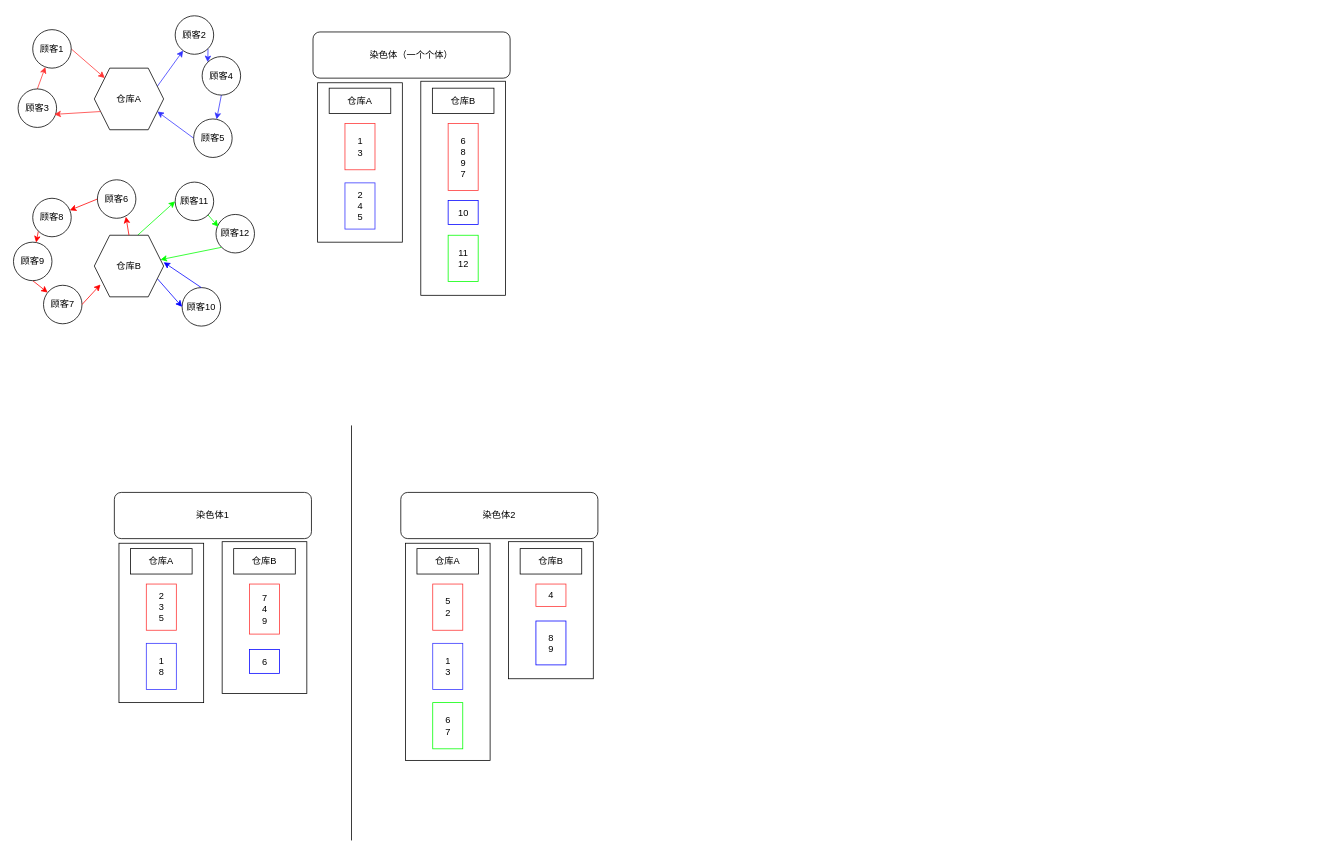
Earlier version of the draw.io diagram demo/染色体编码.drawio (BoningZ/draw.io). Source tidied: cells renumbered, new cells numbered last; positions are measured from the earlier drawing's top-left corner, leaving out a move shared by most shapes. Both pictures are drawn from the tidied source at 77%, with x=0, y=0 at pixel (13, 15).
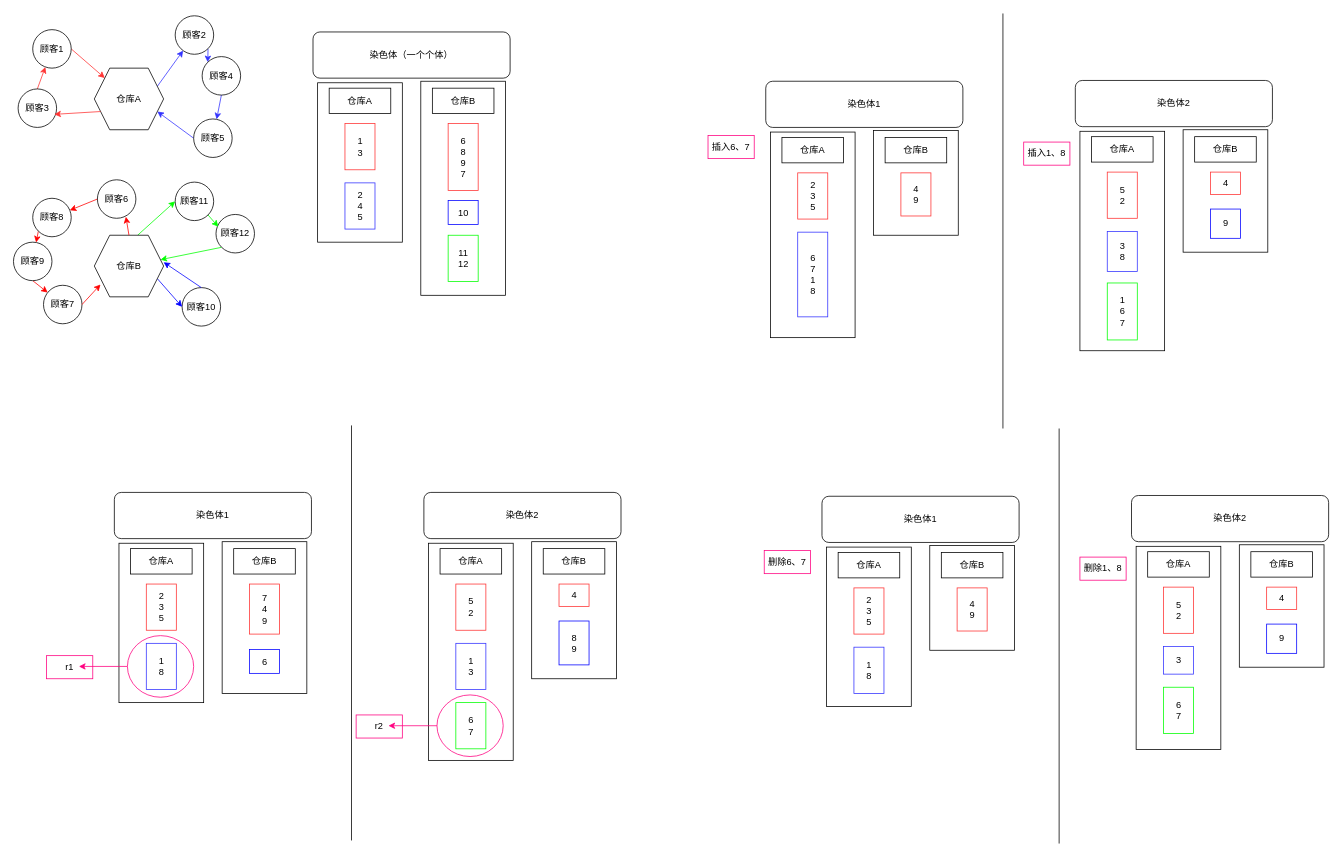
The same diagram, later.

Commit message (it also covers changes not shown here):
更新染色体编码.drawio

What changed in the source:
```diff
@@
     <mxCell id="2" style="rounded=0;whiteSpace=wrap;html=1;" parent="1" vertex="1">
-      <mxGeometry x="509" y="685" width="110" height="282" as="geometry" />
+      <mxGeometry x="539" y="685" width="110" height="282" as="geometry" />
     </mxCell>
+    <mxCell id="63" style="ellipse;whiteSpace=wrap;html=1;strokeColor=#FF0080;" parent="1" vertex="1">
+      <mxGeometry x="550" y="882" width="86" height="80" as="geometry" />
+    </mxCell>
@@
+    <mxCell id="64" style="edgeStyle=none;rounded=0;jettySize=auto;html=1;exitX=0;exitY=0.5;exitDx=0;exitDy=0;strokeColor=#FF0080;" parent="1" edge="1" source="65">
+      <mxGeometry relative="1" as="geometry">
+        <mxPoint x="85" y="845" as="targetPoint" />
+      </mxGeometry>
+    </mxCell>
+    <mxCell id="65" style="ellipse;whiteSpace=wrap;html=1;strokeColor=#FF0080;" parent="1" vertex="1">
+      <mxGeometry x="148" y="805" width="86" height="80" as="geometry" />
+    </mxCell>
@@
     <mxCell id="54" value="6&lt;div&gt;7&lt;/div&gt;" style="rounded=0;whiteSpace=wrap;html=1;strokeColor=#00FF00;" parent="1" vertex="1">
-      <mxGeometry x="544.5" y="892" width="39" height="60" as="geometry" />
+      <mxGeometry x="574.5" y="892" width="39" height="60" as="geometry" />
     </mxCell>
     <mxCell id="55" style="rounded=0;whiteSpace=wrap;html=1;" parent="1" vertex="1">
-      <mxGeometry x="643" y="683" width="110" height="178" as="geometry" />
+      <mxGeometry x="673" y="683" width="110" height="178" as="geometry" />
     </mxCell>
     <mxCell id="56" value="染色体2" style="rounded=1;whiteSpace=wrap;html=1;" parent="1" vertex="1">
-      <mxGeometry x="503" y="619" width="256" height="60" as="geometry" />
+      <mxGeometry x="533" y="619" width="256" height="60" as="geometry" />
     </mxCell>
     <mxCell id="57" value="仓库A" style="rounded=0;whiteSpace=wrap;html=1;" parent="1" vertex="1">
-      <mxGeometry x="524" y="692" width="80" height="33" as="geometry" />
+      <mxGeometry x="554" y="692" width="80" height="33" as="geometry" />
     </mxCell>
     <mxCell id="58" value="仓库B" style="rounded=0;whiteSpace=wrap;html=1;" parent="1" vertex="1">
-      <mxGeometry x="658" y="692" width="80" height="33" as="geometry" />
+      <mxGeometry x="688" y="692" width="80" height="33" as="geometry" />
     </mxCell>
     <mxCell id="59" value="5&lt;div&gt;2&lt;/div&gt;" style="rounded=0;whiteSpace=wrap;html=1;strokeColor=#FF3333;" parent="1" vertex="1">
-      <mxGeometry x="544.5" y="738" width="39" height="60" as="geometry" />
+      <mxGeometry x="574.5" y="738" width="39" height="60" as="geometry" />
     </mxCell>
     <mxCell id="60" value="1&lt;div&gt;3&lt;/div&gt;" style="rounded=0;whiteSpace=wrap;html=1;strokeColor=#3333FF;" parent="1" vertex="1">
-      <mxGeometry x="544.5" y="815" width="39" height="60" as="geometry" />
+      <mxGeometry x="574.5" y="815" width="39" height="60" as="geometry" />
     </mxCell>
     <mxCell id="61" value="4" style="rounded=0;whiteSpace=wrap;html=1;strokeColor=#FF3333;" parent="1" vertex="1">
-      <mxGeometry x="678.5" y="738" width="39" height="29" as="geometry" />
+      <mxGeometry x="708.5" y="738" width="39" height="29" as="geometry" />
     </mxCell>
     <mxCell id="62" value="8&lt;div&gt;9&lt;/div&gt;" style="rounded=0;whiteSpace=wrap;html=1;strokeColor=#0000FF;" parent="1" vertex="1">
-      <mxGeometry x="678.5" y="786" width="39" height="57" as="geometry" />
+      <mxGeometry x="708.5" y="786" width="39" height="57" as="geometry" />
     </mxCell>
+    <mxCell id="66" value="r1" style="text;html=1;align=center;verticalAlign=middle;whiteSpace=wrap;rounded=0;strokeColor=#FF0080;" parent="1" vertex="1">
+      <mxGeometry x="43" y="831" width="60" height="30" as="geometry" />
+    </mxCell>
+    <mxCell id="67" style="edgeStyle=none;rounded=0;jettySize=auto;html=1;exitX=0;exitY=0.5;exitDx=0;exitDy=0;strokeColor=#FF0080;" parent="1" edge="1" source="63">
+      <mxGeometry relative="1" as="geometry">
+        <mxPoint x="487" y="922" as="targetPoint" />
+      </mxGeometry>
+    </mxCell>
+    <mxCell id="68" value="r2" style="text;html=1;align=center;verticalAlign=middle;whiteSpace=wrap;rounded=0;strokeColor=#FF0080;" parent="1" vertex="1">
+      <mxGeometry x="445" y="908" width="60" height="30" as="geometry" />
+    </mxCell>
+    <mxCell id="69" style="rounded=0;whiteSpace=wrap;html=1;" parent="1" vertex="1">
+      <mxGeometry x="1458" y="689" width="110" height="264" as="geometry" />
+    </mxCell>
+    <mxCell id="70" style="endArrow=none;html=1;rounded=0;" parent="1" edge="1">
+      <mxGeometry relative="1" as="geometry">
+        <mxPoint x="1358" y="1075" as="sourcePoint" />
+        <mxPoint x="1358" y="536" as="targetPoint" />
+      </mxGeometry>
+    </mxCell>
+    <mxCell id="71" style="rounded=0;whiteSpace=wrap;html=1;" parent="1" vertex="1">
+      <mxGeometry x="1190" y="688" width="110" height="136" as="geometry" />
+    </mxCell>
+    <mxCell id="72" style="rounded=0;whiteSpace=wrap;html=1;" parent="1" vertex="1">
+      <mxGeometry x="1056" y="690" width="110" height="207" as="geometry" />
+    </mxCell>
+    <mxCell id="73" value="染色体1" style="rounded=1;whiteSpace=wrap;html=1;" parent="1" vertex="1">
+      <mxGeometry x="1050" y="624" width="256" height="60" as="geometry" />
+    </mxCell>
+    <mxCell id="74" value="仓库A" style="rounded=0;whiteSpace=wrap;html=1;" parent="1" vertex="1">
+      <mxGeometry x="1071" y="697" width="80" height="33" as="geometry" />
+    </mxCell>
+    <mxCell id="75" value="仓库B" style="rounded=0;whiteSpace=wrap;html=1;" parent="1" vertex="1">
+      <mxGeometry x="1205" y="697" width="80" height="33" as="geometry" />
+    </mxCell>
+    <mxCell id="76" value="2&lt;div&gt;3&lt;/div&gt;&lt;div&gt;5&lt;/div&gt;" style="rounded=0;whiteSpace=wrap;html=1;strokeColor=#FF3333;" parent="1" vertex="1">
+      <mxGeometry x="1091.5" y="743" width="39" height="60" as="geometry" />
+    </mxCell>
+    <mxCell id="77" value="1&lt;div&gt;8&lt;/div&gt;" style="rounded=0;whiteSpace=wrap;html=1;strokeColor=#3333FF;" parent="1" vertex="1">
+      <mxGeometry x="1091.5" y="820" width="39" height="60" as="geometry" />
+    </mxCell>
+    <mxCell id="78" value="&lt;span style=&quot;background-color: initial;&quot;&gt;4&lt;/span&gt;&lt;div&gt;9&lt;/div&gt;" style="rounded=0;whiteSpace=wrap;html=1;strokeColor=#FF3333;" parent="1" vertex="1">
+      <mxGeometry x="1225.5" y="743" width="39" height="56" as="geometry" />
+    </mxCell>
+    <mxCell id="79" value="6&lt;div&gt;7&lt;/div&gt;" style="rounded=0;whiteSpace=wrap;html=1;strokeColor=#00FF00;" parent="1" vertex="1">
+      <mxGeometry x="1493.5" y="872" width="39" height="60" as="geometry" />
+    </mxCell>
+    <mxCell id="80" style="rounded=0;whiteSpace=wrap;html=1;" parent="1" vertex="1">
+      <mxGeometry x="1592" y="687" width="110" height="159" as="geometry" />
+    </mxCell>
+    <mxCell id="81" value="染色体2" style="rounded=1;whiteSpace=wrap;html=1;" parent="1" vertex="1">
+      <mxGeometry x="1452" y="623" width="256" height="60" as="geometry" />
+    </mxCell>
+    <mxCell id="82" value="仓库A" style="rounded=0;whiteSpace=wrap;html=1;" parent="1" vertex="1">
+      <mxGeometry x="1473" y="696" width="80" height="33" as="geometry" />
+    </mxCell>
+    <mxCell id="83" value="仓库B" style="rounded=0;whiteSpace=wrap;html=1;" parent="1" vertex="1">
+      <mxGeometry x="1607" y="696" width="80" height="33" as="geometry" />
+    </mxCell>
+    <mxCell id="84" value="5&lt;div&gt;2&lt;/div&gt;" style="rounded=0;whiteSpace=wrap;html=1;strokeColor=#FF3333;" parent="1" vertex="1">
+      <mxGeometry x="1493.5" y="742" width="39" height="60" as="geometry" />
+    </mxCell>
+    <mxCell id="85" value="&lt;div&gt;3&lt;/div&gt;" style="rounded=0;whiteSpace=wrap;html=1;strokeColor=#3333FF;" parent="1" vertex="1">
+      <mxGeometry x="1493.5" y="819" width="39" height="36" as="geometry" />
+    </mxCell>
+    <mxCell id="86" value="4" style="rounded=0;whiteSpace=wrap;html=1;strokeColor=#FF3333;" parent="1" vertex="1">
+      <mxGeometry x="1627.5" y="742" width="39" height="29" as="geometry" />
+    </mxCell>
+    <mxCell id="87" value="&lt;div&gt;9&lt;/div&gt;" style="rounded=0;whiteSpace=wrap;html=1;strokeColor=#0000FF;" parent="1" vertex="1">
+      <mxGeometry x="1627.5" y="790" width="39" height="38" as="geometry" />
+    </mxCell>
+    <mxCell id="88" value="删除6、7" style="text;html=1;align=center;verticalAlign=middle;whiteSpace=wrap;rounded=0;strokeColor=#FF0080;" parent="1" vertex="1">
+      <mxGeometry x="975" y="694.5" width="60" height="30" as="geometry" />
+    </mxCell>
+    <mxCell id="89" value="删除1、8" style="text;html=1;align=center;verticalAlign=middle;whiteSpace=wrap;rounded=0;strokeColor=#FF0080;" parent="1" vertex="1">
+      <mxGeometry x="1385" y="703" width="60" height="30" as="geometry" />
+    </mxCell>
+    <mxCell id="90" style="rounded=0;whiteSpace=wrap;html=1;" parent="1" vertex="1">
+      <mxGeometry x="1385" y="150" width="110" height="285" as="geometry" />
+    </mxCell>
+    <mxCell id="91" style="endArrow=none;html=1;rounded=0;" parent="1" edge="1">
+      <mxGeometry relative="1" as="geometry">
+        <mxPoint x="1285" y="536" as="sourcePoint" />
+        <mxPoint x="1285" y="-3" as="targetPoint" />
+      </mxGeometry>
+    </mxCell>
+    <mxCell id="92" style="rounded=0;whiteSpace=wrap;html=1;" parent="1" vertex="1">
+      <mxGeometry x="1117" y="149" width="110" height="136" as="geometry" />
+    </mxCell>
+    <mxCell id="93" style="rounded=0;whiteSpace=wrap;html=1;" parent="1" vertex="1">
+      <mxGeometry x="983" y="151" width="110" height="267" as="geometry" />
+    </mxCell>
+    <mxCell id="94" value="染色体1" style="rounded=1;whiteSpace=wrap;html=1;" parent="1" vertex="1">
+      <mxGeometry x="977" y="85" width="256" height="60" as="geometry" />
+    </mxCell>
+    <mxCell id="95" value="仓库A" style="rounded=0;whiteSpace=wrap;html=1;" parent="1" vertex="1">
+      <mxGeometry x="998" y="158" width="80" height="33" as="geometry" />
+    </mxCell>
+    <mxCell id="96" value="仓库B" style="rounded=0;whiteSpace=wrap;html=1;" parent="1" vertex="1">
+      <mxGeometry x="1132" y="158" width="80" height="33" as="geometry" />
+    </mxCell>
+    <mxCell id="97" value="2&lt;div&gt;3&lt;/div&gt;&lt;div&gt;5&lt;/div&gt;" style="rounded=0;whiteSpace=wrap;html=1;strokeColor=#FF3333;" parent="1" vertex="1">
+      <mxGeometry x="1018.5" y="204" width="39" height="60" as="geometry" />
+    </mxCell>
+    <mxCell id="98" value="&lt;div&gt;6&lt;/div&gt;&lt;div&gt;7&lt;/div&gt;1&lt;div&gt;8&lt;/div&gt;" style="rounded=0;whiteSpace=wrap;html=1;strokeColor=#3333FF;" parent="1" vertex="1">
+      <mxGeometry x="1018.5" y="281" width="39" height="110" as="geometry" />
+    </mxCell>
+    <mxCell id="99" value="&lt;span style=&quot;background-color: initial;&quot;&gt;4&lt;/span&gt;&lt;div&gt;9&lt;/div&gt;" style="rounded=0;whiteSpace=wrap;html=1;strokeColor=#FF3333;" parent="1" vertex="1">
+      <mxGeometry x="1152.5" y="204" width="39" height="56" as="geometry" />
+    </mxCell>
+    <mxCell id="100" value="&lt;div&gt;1&lt;/div&gt;6&lt;div&gt;7&lt;/div&gt;" style="rounded=0;whiteSpace=wrap;html=1;strokeColor=#00FF00;" parent="1" vertex="1">
+      <mxGeometry x="1420.5" y="347" width="39" height="74" as="geometry" />
+    </mxCell>
+    <mxCell id="101" style="rounded=0;whiteSpace=wrap;html=1;" parent="1" vertex="1">
+      <mxGeometry x="1519" y="148" width="110" height="159" as="geometry" />
+    </mxCell>
+    <mxCell id="102" value="染色体2" style="rounded=1;whiteSpace=wrap;html=1;" parent="1" vertex="1">
+      <mxGeometry x="1379" y="84" width="256" height="60" as="geometry" />
+    </mxCell>
+    <mxCell id="103" value="仓库A" style="rounded=0;whiteSpace=wrap;html=1;" parent="1" vertex="1">
+      <mxGeometry x="1400" y="157" width="80" height="33" as="geometry" />
+    </mxCell>
+    <mxCell id="104" value="仓库B" style="rounded=0;whiteSpace=wrap;html=1;" parent="1" vertex="1">
+      <mxGeometry x="1534" y="157" width="80" height="33" as="geometry" />
+    </mxCell>
+    <mxCell id="105" value="5&lt;div&gt;2&lt;/div&gt;" style="rounded=0;whiteSpace=wrap;html=1;strokeColor=#FF3333;" parent="1" vertex="1">
+      <mxGeometry x="1420.5" y="203" width="39" height="60" as="geometry" />
+    </mxCell>
+    <mxCell id="106" value="&lt;div&gt;3&lt;/div&gt;&lt;div&gt;8&lt;/div&gt;" style="rounded=0;whiteSpace=wrap;html=1;strokeColor=#3333FF;" parent="1" vertex="1">
+      <mxGeometry x="1420.5" y="280" width="39" height="52" as="geometry" />
+    </mxCell>
+    <mxCell id="107" value="4" style="rounded=0;whiteSpace=wrap;html=1;strokeColor=#FF3333;" parent="1" vertex="1">
+      <mxGeometry x="1554.5" y="203" width="39" height="29" as="geometry" />
+    </mxCell>
+    <mxCell id="108" value="&lt;div&gt;9&lt;/div&gt;" style="rounded=0;whiteSpace=wrap;html=1;strokeColor=#0000FF;" parent="1" vertex="1">
+      <mxGeometry x="1554.5" y="251" width="39" height="38" as="geometry" />
+    </mxCell>
+    <mxCell id="109" value="插入6、7" style="text;html=1;align=center;verticalAlign=middle;whiteSpace=wrap;rounded=0;strokeColor=#FF0080;" parent="1" vertex="1">
+      <mxGeometry x="902" y="155.5" width="60" height="30" as="geometry" />
+    </mxCell>
+    <mxCell id="110" value="插入1、8" style="text;html=1;align=center;verticalAlign=middle;whiteSpace=wrap;rounded=0;strokeColor=#FF0080;" parent="1" vertex="1">
+      <mxGeometry x="1312" y="164" width="60" height="30" as="geometry" />
+    </mxCell>
```
